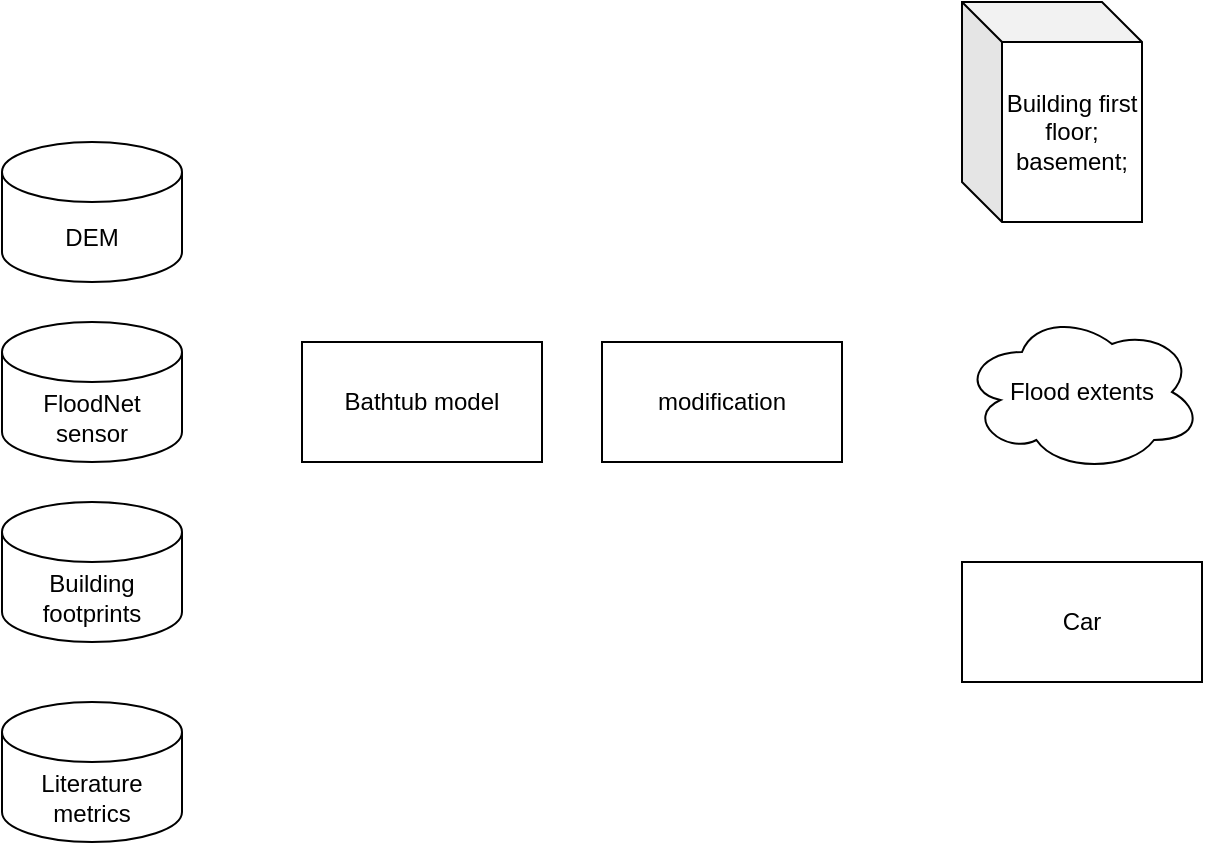
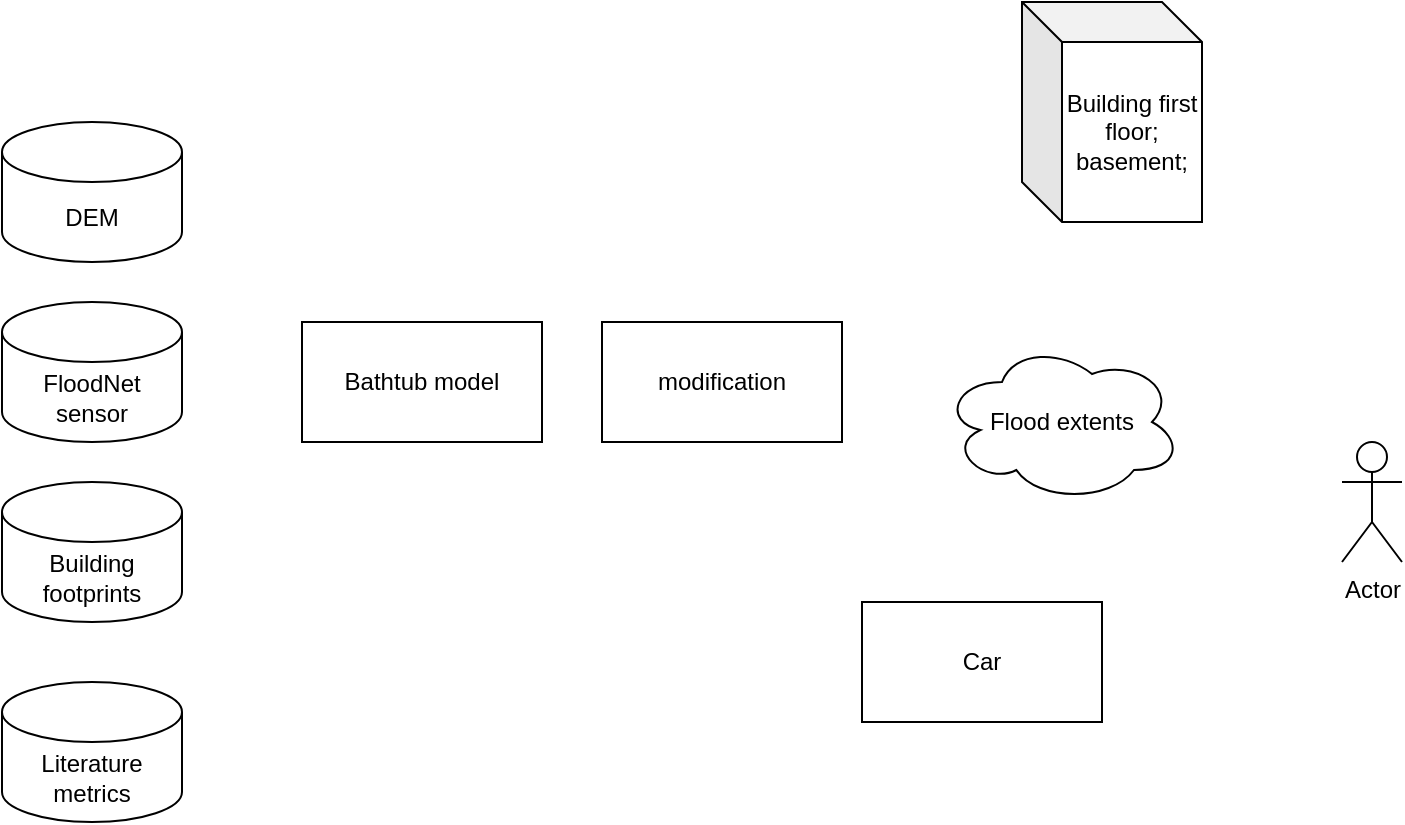
<mxfile host="app.diagrams.net">
  <diagram name="第 1 页" id="rrjs3x73q6XKG6Un8orv">
-     <mxGraphModel dx="1240" dy="326" grid="1" gridSize="10" guides="1" tooltips="1" connect="1" arrows="1" fold="1" page="1" pageScale="1" pageWidth="827" pageHeight="1169" math="0" shadow="0">
+     <mxGraphModel dx="2115" dy="555" grid="1" gridSize="10" guides="1" tooltips="1" connect="1" arrows="1" fold="1" page="1" pageScale="1" pageWidth="827" pageHeight="1169" math="0" shadow="0">
      <root>
        <mxCell id="0" />
        <mxCell id="1" parent="0" />
        <mxCell id="wsXrPMJaeRBQqD8lpksv-2" parent="1" style="shape=cylinder3;whiteSpace=wrap;html=1;boundedLbl=1;backgroundOutline=1;size=15;" value="DEM" vertex="1">
          <mxGeometry height="70" width="90" x="60" y="180" as="geometry" />
        </mxCell>
        <mxCell id="wsXrPMJaeRBQqD8lpksv-3" parent="1" style="shape=cylinder3;whiteSpace=wrap;html=1;boundedLbl=1;backgroundOutline=1;size=15;" value="FloodNet sensor" vertex="1">
          <mxGeometry height="70" width="90" x="60" y="270" as="geometry" />
        </mxCell>
        <mxCell id="wsXrPMJaeRBQqD8lpksv-4" parent="1" style="rounded=0;whiteSpace=wrap;html=1;" value="Bathtub model" vertex="1">
          <mxGeometry height="60" width="120" x="210" y="280" as="geometry" />
        </mxCell>
        <mxCell id="wsXrPMJaeRBQqD8lpksv-5" parent="1" style="rounded=0;whiteSpace=wrap;html=1;" value="modification" vertex="1">
          <mxGeometry height="60" width="120" x="360" y="280" as="geometry" />
        </mxCell>
        <mxCell id="wsXrPMJaeRBQqD8lpksv-6" parent="1" style="shape=cylinder3;whiteSpace=wrap;html=1;boundedLbl=1;backgroundOutline=1;size=15;" value="Building footprints" vertex="1">
          <mxGeometry height="70" width="90" x="60" y="360" as="geometry" />
        </mxCell>
        <mxCell id="wsXrPMJaeRBQqD8lpksv-7" parent="1" style="shape=cylinder3;whiteSpace=wrap;html=1;boundedLbl=1;backgroundOutline=1;size=15;" value="Literature metrics" vertex="1">
          <mxGeometry height="70" width="90" x="60" y="460" as="geometry" />
        </mxCell>
        <mxCell id="wsXrPMJaeRBQqD8lpksv-9" parent="1" style="ellipse;shape=cloud;whiteSpace=wrap;html=1;" value="Flood extents" vertex="1">
-           <mxGeometry height="80" width="120" x="540" y="265" as="geometry" />
+           <mxGeometry height="80" width="120" x="530" y="290" as="geometry" />
        </mxCell>
        <mxCell id="wsXrPMJaeRBQqD8lpksv-10" parent="1" style="shape=cube;whiteSpace=wrap;html=1;boundedLbl=1;backgroundOutline=1;darkOpacity=0.05;darkOpacity2=0.1;" value="Building first floor;&lt;div&gt;basement;&lt;/div&gt;" vertex="1">
-           <mxGeometry height="110" width="90" x="540" y="110" as="geometry" />
+           <mxGeometry height="110" width="90" x="570" y="120" as="geometry" />
        </mxCell>
        <mxCell id="wsXrPMJaeRBQqD8lpksv-12" parent="1" style="rounded=0;whiteSpace=wrap;html=1;" value="Car" vertex="1">
-           <mxGeometry height="60" width="120" x="540" y="390" as="geometry" />
+           <mxGeometry height="60" width="120" x="490" y="420" as="geometry" />
+         </mxCell>
+         <mxCell id="wsXrPMJaeRBQqD8lpksv-13" parent="1" style="shape=umlActor;verticalLabelPosition=bottom;verticalAlign=top;html=1;outlineConnect=0;" value="Actor" vertex="1">
+           <mxGeometry height="60" width="30" x="730" y="340" as="geometry" />
        </mxCell>
      </root>
    </mxGraphModel>
  </diagram>
</mxfile>
